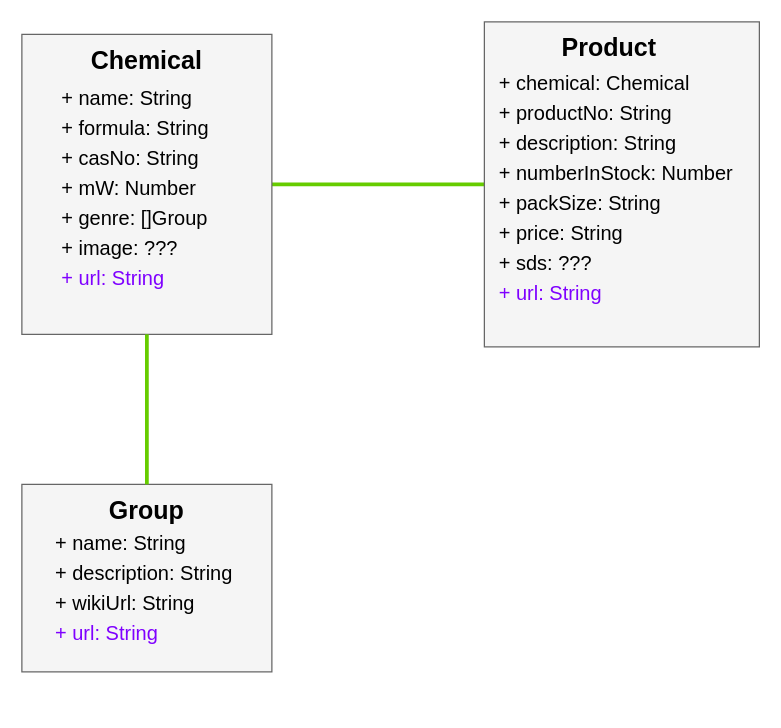
Earlier version of the draw.io diagram design/schema.drawio (kentshenlim/chem-store-inventory). Source tidied: cells renumbered, new cells numbered last; positions are measured from the earlier drawing's top-left corner, leaving out a move shared by most shapes. Both pictures are drawn from the tidied source at 125%, with x=0, y=0 at pixel (21, 21).
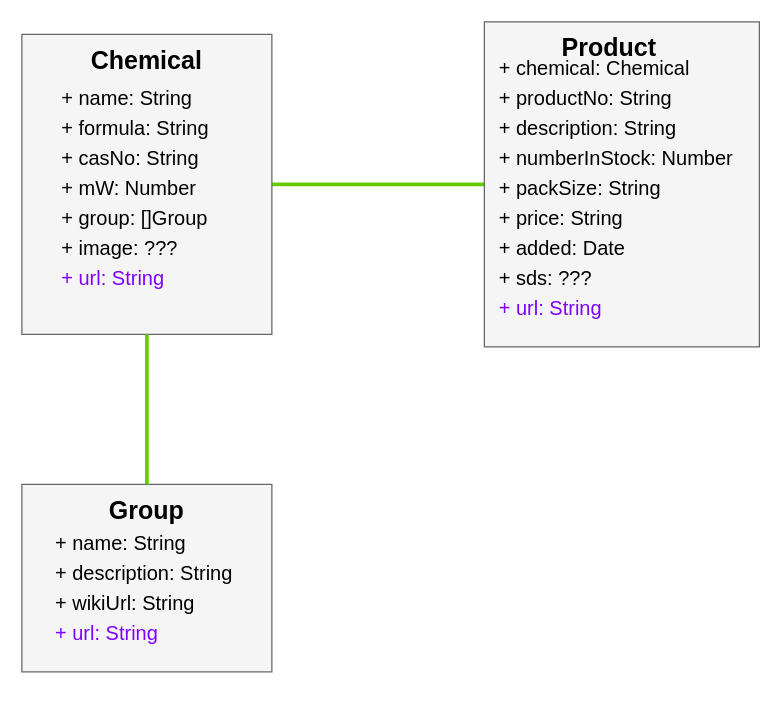
After the change.

The edit, as a diff of the source:
```diff
@@
 <mxGraphModel>
   <root>
     <mxCell id="0" />
     <mxCell id="1" parent="0" />
     <mxCell id="2" style="edgeStyle=none;html=1;exitX=1;exitY=0.5;exitDx=0;exitDy=0;entryX=0;entryY=0.5;entryDx=0;entryDy=0;strokeColor=#66CC00;strokeWidth=3;fontSize=16;fontColor=#7F00FF;endArrow=none;endFill=0;fillColor=#d5e8d4;" parent="1" edge="1" source="3" target="6">
       <mxGeometry relative="1" as="geometry" />
     </mxCell>
     <mxCell id="3" style="whiteSpace=wrap;html=1;fillColor=#f5f5f5;fontColor=#333333;strokeColor=#666666;" parent="1" vertex="1">
       <mxGeometry y="10" width="200" height="240" as="geometry" />
     </mxCell>
     <mxCell id="4" value="&lt;font size=&quot;1&quot; color=&quot;#000000&quot;&gt;&lt;b&gt;&lt;span style=&quot;font-size: 20px;&quot;&gt;Chemical&lt;/span&gt;&lt;/b&gt;&lt;/font&gt;" style="text;align=center;html=1;verticalAlign=middle;whiteSpace=wrap;rounded=0;" parent="1" vertex="1">
       <mxGeometry x="50" y="10" width="100" height="40" as="geometry" />
     </mxCell>
-    <mxCell id="5" value="&lt;font style=&quot;font-size: 16px;&quot;&gt;+ name: String&lt;br&gt;+ formula: String&lt;br&gt;+ casNo: String&lt;br&gt;+ mW: Number&lt;br&gt;+ genre: []Group&lt;br&gt;+ image: ???&lt;br&gt;&lt;font color=&quot;#7f00ff&quot;&gt;+ url: String&lt;br&gt;&lt;/font&gt;&lt;br&gt;&lt;br&gt;&lt;/font&gt;" style="text;strokeColor=none;align=left;fillColor=none;html=1;verticalAlign=middle;whiteSpace=wrap;rounded=0;fontSize=20;fontColor=#000000;" parent="1" vertex="1">
+    <mxCell id="5" value="&lt;font style=&quot;font-size: 16px;&quot;&gt;+ name: String&lt;br&gt;+ formula: String&lt;br&gt;+ casNo: String&lt;br&gt;+ mW: Number&lt;br&gt;+ group: []Group&lt;br&gt;+ image: ???&lt;br&gt;&lt;font color=&quot;#7f00ff&quot;&gt;+ url: String&lt;br&gt;&lt;/font&gt;&lt;br&gt;&lt;br&gt;&lt;/font&gt;" style="text;strokeColor=none;align=left;fillColor=none;html=1;verticalAlign=middle;whiteSpace=wrap;rounded=0;fontSize=20;fontColor=#000000;" parent="1" vertex="1">
       <mxGeometry x="30" y="70" width="150" height="170" as="geometry" />
     </mxCell>
     <mxCell id="6" style="whiteSpace=wrap;html=1;fillColor=#f5f5f5;fontColor=#333333;strokeColor=#666666;" parent="1" vertex="1">
       <mxGeometry x="370" width="220" height="260" as="geometry" />
     </mxCell>
     <mxCell id="7" value="&lt;font size=&quot;1&quot; color=&quot;#000000&quot;&gt;&lt;b&gt;&lt;span style=&quot;font-size: 20px;&quot;&gt;Product&lt;/span&gt;&lt;/b&gt;&lt;/font&gt;" style="text;align=center;html=1;verticalAlign=middle;whiteSpace=wrap;rounded=0;" parent="1" vertex="1">
       <mxGeometry x="420" width="100" height="40" as="geometry" />
     </mxCell>
-    <mxCell id="8" value="&lt;font style=&quot;font-size: 16px;&quot;&gt;+ chemical: Chemical&lt;br&gt;+ productNo: String&lt;br&gt;+ description: String&lt;br&gt;+ numberInStock: Number&lt;br&gt;+ packSize: String&lt;br&gt;+ price: String&lt;br&gt;+ sds: ???&lt;br&gt;&lt;font color=&quot;#7f00ff&quot;&gt;+ url: String&lt;br&gt;&lt;/font&gt;&lt;br&gt;&lt;br&gt;&lt;/font&gt;" style="text;strokeColor=none;align=left;fillColor=none;html=1;verticalAlign=middle;whiteSpace=wrap;rounded=0;fontSize=20;fontColor=#000000;" parent="1" vertex="1">
+    <mxCell id="8" value="&lt;font style=&quot;font-size: 16px;&quot;&gt;+ chemical: Chemical&lt;br&gt;+ productNo: String&lt;br&gt;+ description: String&lt;br&gt;+ numberInStock: Number&lt;br&gt;+ packSize: String&lt;br&gt;+ price: String&lt;br&gt;+ added: Date&lt;br&gt;+ sds: ???&lt;br&gt;&lt;font color=&quot;#7f00ff&quot;&gt;+ url: String&lt;br&gt;&lt;/font&gt;&lt;br&gt;&lt;br&gt;&lt;/font&gt;" style="text;strokeColor=none;align=left;fillColor=none;html=1;verticalAlign=middle;whiteSpace=wrap;rounded=0;fontSize=20;fontColor=#000000;" parent="1" vertex="1">
       <mxGeometry x="380" y="70" width="190" height="170" as="geometry" />
     </mxCell>
     <mxCell id="9" style="whiteSpace=wrap;html=1;fillColor=#f5f5f5;fontColor=#333333;strokeColor=#666666;" parent="1" vertex="1">
       <mxGeometry y="370" width="200" height="150" as="geometry" />
     </mxCell>
     <mxCell id="10" style="edgeStyle=none;html=1;exitX=0.5;exitY=0;exitDx=0;exitDy=0;entryX=0.5;entryY=1;entryDx=0;entryDy=0;strokeColor=#66CC00;strokeWidth=3;fontSize=16;fontColor=#7F00FF;endArrow=none;endFill=0;" parent="1" edge="1" source="11" target="3">
       <mxGeometry relative="1" as="geometry" />
     </mxCell>
     <mxCell id="11" value="&lt;font color=&quot;#000000&quot;&gt;&lt;span style=&quot;font-size: 20px;&quot;&gt;&lt;b&gt;Group&lt;/b&gt;&lt;/span&gt;&lt;/font&gt;" style="text;align=center;html=1;verticalAlign=middle;whiteSpace=wrap;rounded=0;" parent="1" vertex="1">
       <mxGeometry x="50" y="370" width="100" height="40" as="geometry" />
     </mxCell>
     <mxCell id="12" value="&lt;font style=&quot;font-size: 16px;&quot;&gt;+ name: String&lt;br&gt;+ description: String&lt;br&gt;+ wikiUrl: String&lt;br&gt;&lt;font color=&quot;#7f00ff&quot;&gt;+ url: String&lt;br&gt;&lt;/font&gt;&lt;br&gt;&lt;br&gt;&lt;/font&gt;" style="text;strokeColor=none;align=left;fillColor=none;html=1;verticalAlign=middle;whiteSpace=wrap;rounded=0;fontSize=20;fontColor=#000000;" parent="1" vertex="1">
       <mxGeometry x="25" y="410" width="150" height="130" as="geometry" />
     </mxCell>
   </root>
 </mxGraphModel>
```
